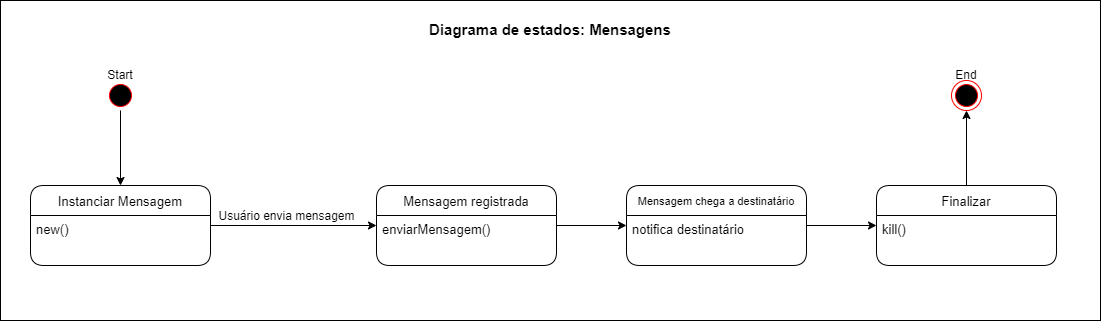
This is diagramaEstados/EstadosMensagem.drawio.png from EijiDogen/BrainForHire, a draw.io export, as it was before one commit. Source tidied: cells renumbered, new cells last; positions are measured from the earlier drawing's top-left corner, leaving out a move shared by most shapes. Its diagram source:
```xml
<mxGraphModel>
  <root>
    <mxCell id="0" />
    <mxCell id="1" value="fundo" parent="0" />
    <mxCell id="2" style="rounded=0;whiteSpace=wrap;html=1;fontSize=11;" parent="1" vertex="1">
      <mxGeometry width="1100" height="320" as="geometry" />
    </mxCell>
    <mxCell id="3" value="Diagrama de estados: Mensagens" style="text;html=1;strokeColor=none;fillColor=none;align=center;verticalAlign=middle;whiteSpace=wrap;rounded=0;fontSize=15;fontStyle=1;" parent="1" vertex="1">
      <mxGeometry x="415" y="14" width="270" height="30" as="geometry" />
    </mxCell>
    <mxCell id="4" value="estados" parent="0" />
    <mxCell id="5" style="edgeStyle=orthogonalEdgeStyle;rounded=0;jettySize=auto;html=1;fontSize=12;" parent="4" edge="1" source="7" target="20">
      <mxGeometry relative="1" as="geometry" />
    </mxCell>
    <mxCell id="6" value="Usuário envia mensagem" style="edgeLabel;html=1;align=center;verticalAlign=middle;fontSize=12;" parent="5" vertex="1">
      <mxGeometry x="0.2" y="-1" relative="1" as="geometry">
        <mxPoint x="-24" y="-11" as="offset" />
      </mxGeometry>
    </mxCell>
    <mxCell id="7" value="Instanciar Mensagem" style="swimlane;fontStyle=0;horizontal=1;startSize=30;rounded=1;fontSize=13;" parent="4" vertex="1">
      <mxGeometry x="30" y="185" width="180" height="80" as="geometry" />
    </mxCell>
    <mxCell id="8" value="new()" style="text;strokeColor=none;fillColor=none;align=left;verticalAlign=top;spacingLeft=4;spacingRight=4;overflow=hidden;fontSize=13;" parent="7" vertex="1">
      <mxGeometry y="30" width="180" height="50" as="geometry" />
    </mxCell>
    <mxCell id="9" style="group;" parent="4" vertex="1">
      <mxGeometry x="90" y="60" width="60" height="50" as="geometry" />
    </mxCell>
    <mxCell id="10" style="ellipse;html=1;shape=startState;fillColor=#000000;strokeColor=#ff0000;rounded=1;" parent="9" vertex="1">
      <mxGeometry x="15" y="20" width="30" height="30" as="geometry" />
    </mxCell>
    <mxCell id="11" value="Start" style="text;html=1;strokeColor=none;fillColor=none;align=center;verticalAlign=middle;whiteSpace=wrap;rounded=0;" parent="9" vertex="1">
      <mxGeometry width="60" height="30" as="geometry" />
    </mxCell>
    <mxCell id="12" style="group;" parent="4" vertex="1">
      <mxGeometry x="936" y="60" width="60" height="50" as="geometry" />
    </mxCell>
    <mxCell id="13" style="ellipse;html=1;shape=endState;fillColor=#000000;strokeColor=#ff0000;rounded=1;" parent="12" vertex="1">
      <mxGeometry x="15" y="20" width="30" height="30" as="geometry" />
    </mxCell>
    <mxCell id="14" value="End" style="text;html=1;strokeColor=none;fillColor=none;align=center;verticalAlign=middle;whiteSpace=wrap;rounded=0;" parent="12" vertex="1">
      <mxGeometry width="60" height="30" as="geometry" />
    </mxCell>
    <mxCell id="15" style="edgeStyle=orthogonalEdgeStyle;rounded=0;jettySize=auto;html=1;" parent="4" edge="1" source="10" target="7">
      <mxGeometry relative="1" as="geometry" />
    </mxCell>
    <mxCell id="16" style="edgeStyle=orthogonalEdgeStyle;curved=1;rounded=0;jettySize=auto;html=1;fontSize=12;" parent="4" edge="1" source="17" target="13">
      <mxGeometry relative="1" as="geometry" />
    </mxCell>
    <mxCell id="17" value="Finalizar" style="swimlane;fontStyle=0;horizontal=1;startSize=30;rounded=1;fontSize=13;" parent="4" vertex="1">
      <mxGeometry x="876" y="185" width="180" height="80" as="geometry" />
    </mxCell>
    <mxCell id="18" value="kill()" style="text;strokeColor=none;fillColor=none;align=left;verticalAlign=top;spacingLeft=4;spacingRight=4;overflow=hidden;fontSize=13;" parent="17" vertex="1">
      <mxGeometry y="30" width="180" height="50" as="geometry" />
    </mxCell>
    <mxCell id="19" style="edgeStyle=orthogonalEdgeStyle;rounded=0;jettySize=auto;html=1;" parent="4" edge="1" source="20" target="23">
      <mxGeometry relative="1" as="geometry" />
    </mxCell>
    <mxCell id="20" value="Mensagem registrada" style="swimlane;fontStyle=0;horizontal=1;startSize=30;rounded=1;fontSize=13;" parent="4" vertex="1">
      <mxGeometry x="376" y="185" width="180" height="80" as="geometry" />
    </mxCell>
    <mxCell id="21" value="enviarMensagem()" style="text;strokeColor=none;fillColor=none;align=left;verticalAlign=top;spacingLeft=4;spacingRight=4;overflow=hidden;fontSize=13;" parent="20" vertex="1">
      <mxGeometry y="30" width="180" height="50" as="geometry" />
    </mxCell>
    <mxCell id="22" style="edgeStyle=orthogonalEdgeStyle;rounded=0;jettySize=auto;html=1;" parent="4" edge="1" source="23" target="17">
      <mxGeometry relative="1" as="geometry" />
    </mxCell>
    <mxCell id="23" value="Mensagem chega a destinatário" style="swimlane;fontStyle=0;horizontal=1;startSize=30;rounded=1;fontSize=11;" parent="4" vertex="1">
      <mxGeometry x="626" y="185" width="180" height="80" as="geometry" />
    </mxCell>
    <mxCell id="24" value="notifica destinatário" style="text;strokeColor=none;fillColor=none;align=left;verticalAlign=top;spacingLeft=4;spacingRight=4;overflow=hidden;fontSize=13;" parent="23" vertex="1">
      <mxGeometry y="30" width="180" height="50" as="geometry" />
    </mxCell>
  </root>
</mxGraphModel>
```
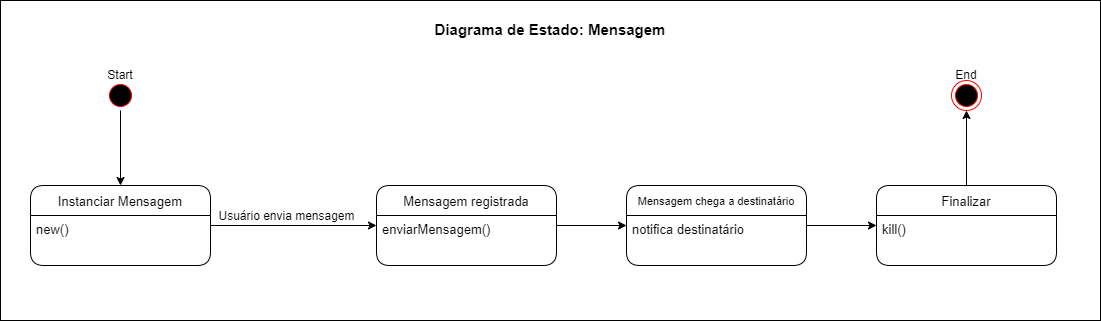
After the change.

Change to the diagram source:
```diff
@@ -5,7 +5,7 @@
     <mxCell id="2" style="rounded=0;whiteSpace=wrap;html=1;fontSize=11;" parent="1" vertex="1">
       <mxGeometry width="1100" height="320" as="geometry" />
     </mxCell>
-    <mxCell id="3" value="Diagrama de estados: Mensagens" style="text;html=1;strokeColor=none;fillColor=none;align=center;verticalAlign=middle;whiteSpace=wrap;rounded=0;fontSize=15;fontStyle=1;" parent="1" vertex="1">
+    <mxCell id="3" value="Diagrama de Estado: Mensagem" style="text;html=1;strokeColor=none;fillColor=none;align=center;verticalAlign=middle;whiteSpace=wrap;rounded=0;fontSize=15;fontStyle=1;" parent="1" vertex="1">
       <mxGeometry x="415" y="14" width="270" height="30" as="geometry" />
     </mxCell>
     <mxCell id="4" value="estados" parent="0" />
```
